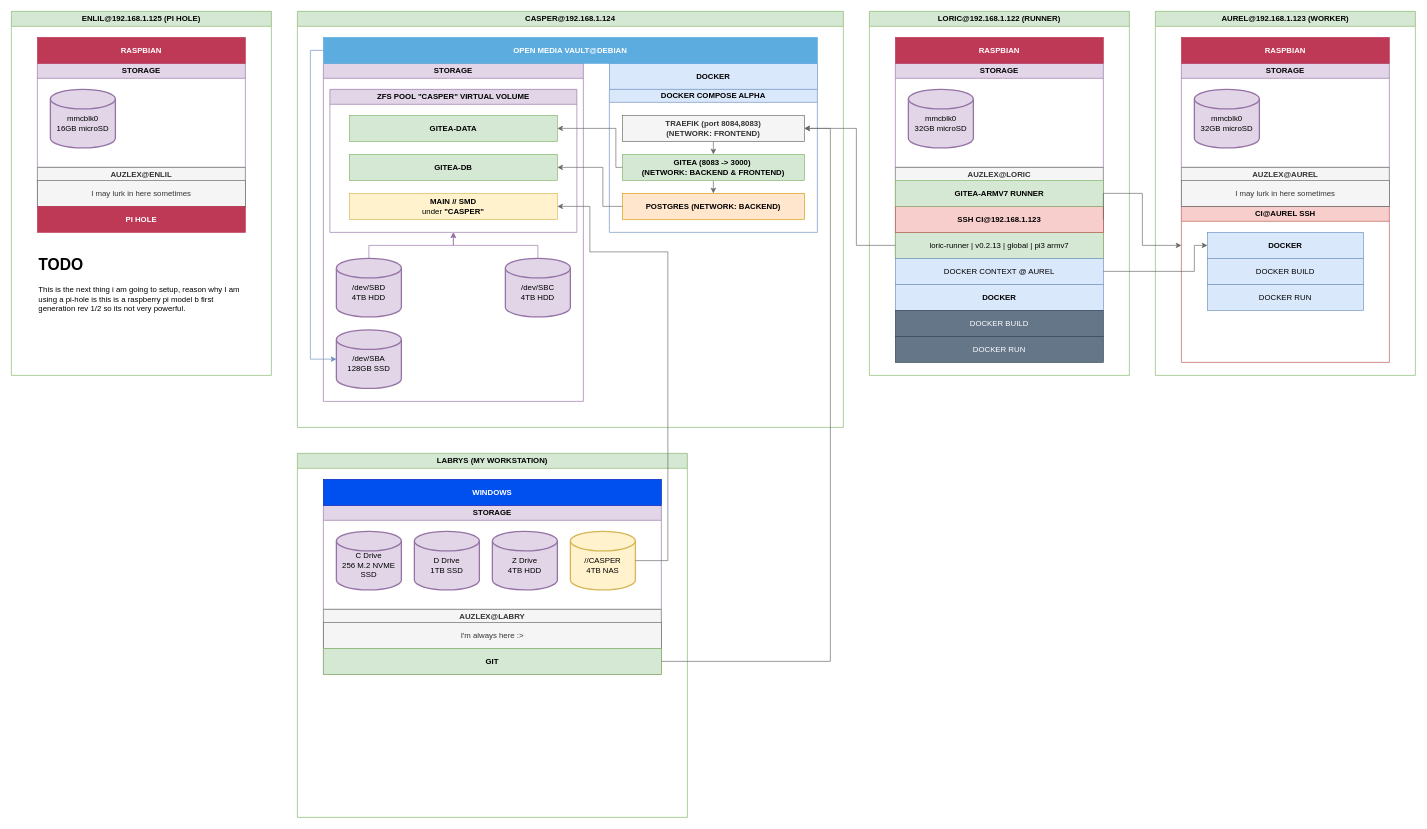
This is my home lab setup.drawio from Auzlex/my-home-lab, a draw.io file, before an edit. Source tidied: cells renumbered, new cells numbered last; positions are measured from the earlier drawing's top-left corner, leaving out a move shared by most shapes. Both pictures are drawn from the tidied source at 65%, with x=0, y=0 at pixel (11, 11).
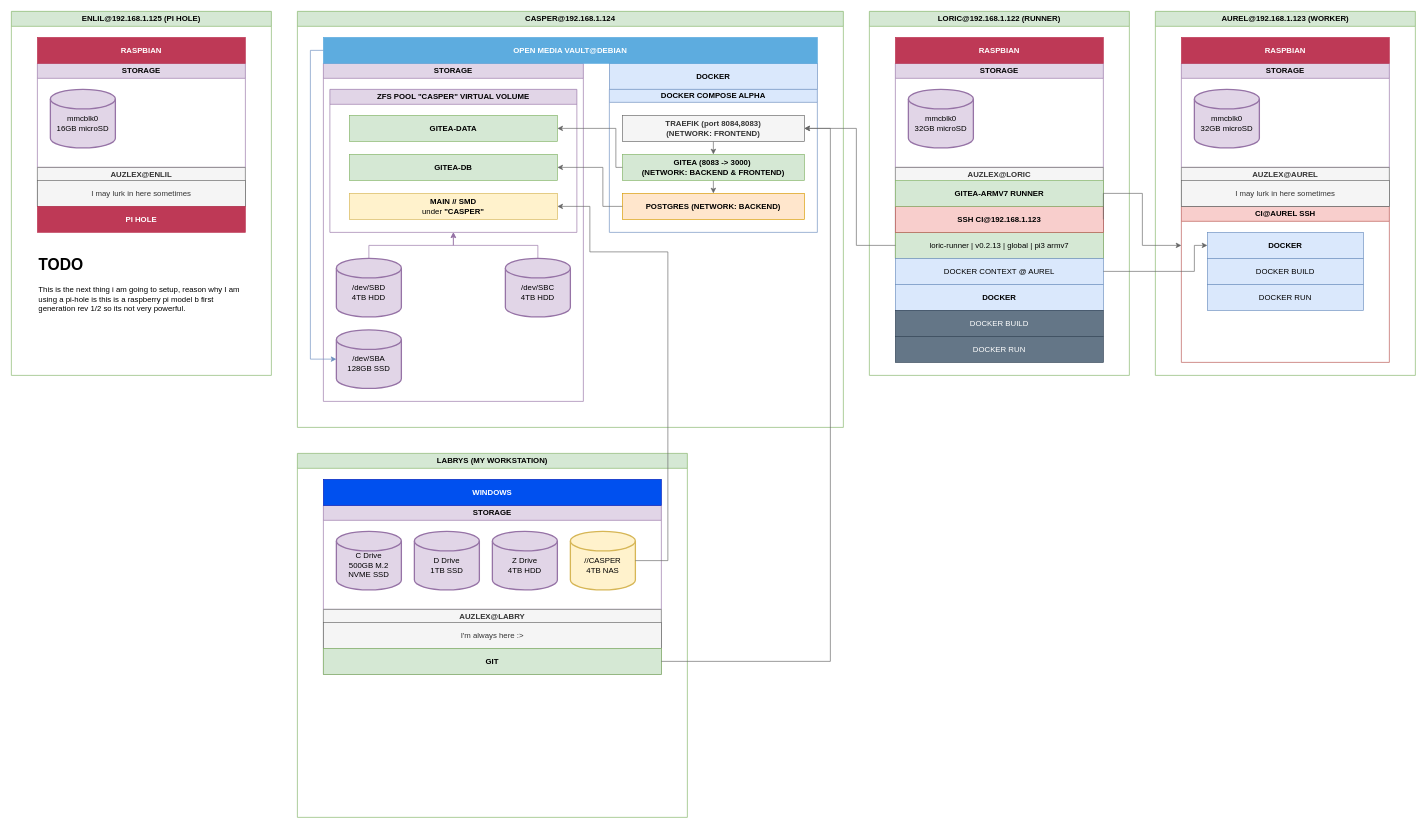
Above is the later version.

Commit message (it also covers changes not shown here):
adjust some inaccurate storage information on workstation

The change refers to these unchanged cells:
```xml
<mxCell id="58" value="STORAGE" style="swimlane;whiteSpace=wrap;html=1;fillColor=#e1d5e7;strokeColor=#9673a6;" parent="57" vertex="1">
  <mxGeometry x="40" y="80" width="520" height="160" as="geometry" />
</mxCell>
```

Change to the diagram source:
```diff
@@
-    <mxCell id="59" value="&lt;div&gt;&lt;br&gt;&lt;/div&gt;C Drive&lt;div&gt;256 M.2 NVME SSD&lt;/div&gt;" style="strokeWidth=2;html=1;shape=mxgraph.flowchart.database;whiteSpace=wrap;fillColor=#e1d5e7;strokeColor=#9673a6;" parent="58" vertex="1">
+    <mxCell id="59" value="&lt;div&gt;&lt;br&gt;&lt;/div&gt;C Drive&lt;div&gt;500GB M.2 NVME SSD&lt;/div&gt;" style="strokeWidth=2;html=1;shape=mxgraph.flowchart.database;whiteSpace=wrap;fillColor=#e1d5e7;strokeColor=#9673a6;" parent="58" vertex="1">
       <mxGeometry x="20" y="40" width="100" height="90" as="geometry" />
     </mxCell>
```
